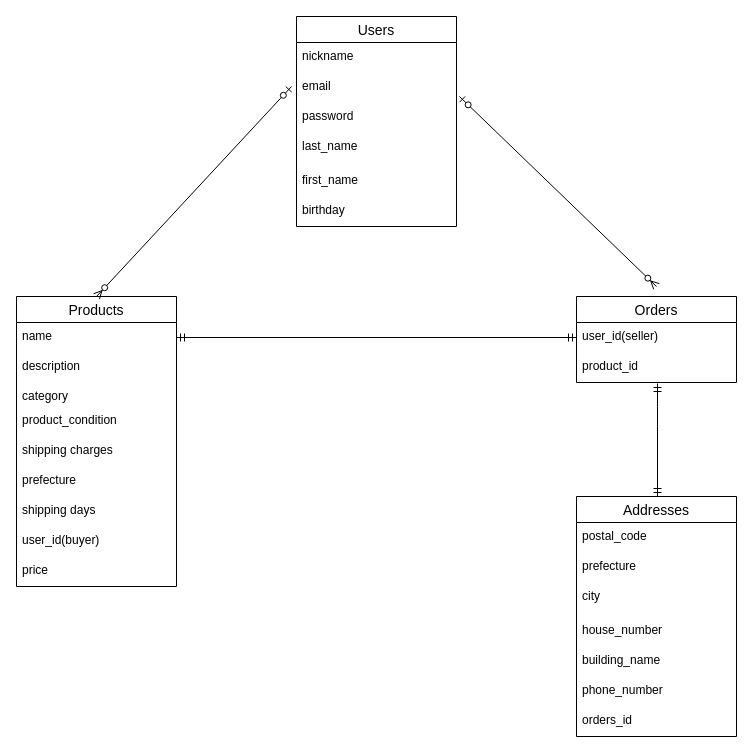
Fuka-Aki/furima-32511 keeps this draw.io diagram as furima.dio. Above is the earlier version. Source tidied: cells renumbered, new cells numbered last; positions are measured from the earlier drawing's top-left corner, leaving out a move shared by most shapes. Both pictures are drawn from the tidied source at 100%, with x=0, y=0 at pixel (16, 16).
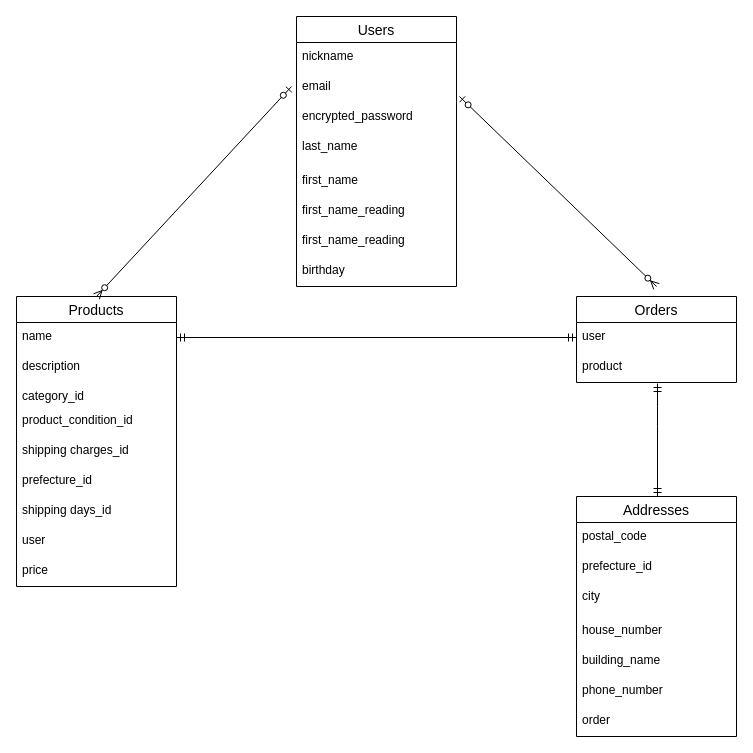
Above is the later version.

Commit message:
ER図の記述修正

Unchanged cells that the change refers to:
```xml
<mxCell id="9" value="Products" style="swimlane;fontStyle=0;horizontal=1;startSize=26;align=center;fontSize=14;" parent="1" vertex="1">
  <mxGeometry y="280" width="160" height="290" as="geometry" />
</mxCell>
<mxCell id="19" value="Addresses" style="swimlane;fontStyle=0;horizontal=1;startSize=26;align=center;fontSize=14;" parent="1" vertex="1">
  <mxGeometry x="560" y="480" width="160" height="240" as="geometry" />
</mxCell>
<mxCell id="27" value="Orders" style="swimlane;fontStyle=0;horizontal=1;startSize=26;align=center;fontSize=14;" parent="1" vertex="1">
  <mxGeometry x="560" y="280" width="160" height="86" as="geometry" />
</mxCell>
```

The edit, as a diff of the source:
```diff
@@
     <mxCell id="2" value="Users" style="swimlane;fontStyle=0;horizontal=1;startSize=26;align=center;fontSize=14;" parent="1" vertex="1">
-      <mxGeometry x="280" width="160" height="210" as="geometry" />
+      <mxGeometry x="280" width="160" height="270" as="geometry" />
     </mxCell>
@@
-    <mxCell id="5" value="password" style="text;strokeColor=none;fillColor=none;spacingLeft=4;spacingRight=4;overflow=hidden;fontSize=12;" parent="2" vertex="1">
+    <mxCell id="5" value="encrypted_password" style="text;strokeColor=none;fillColor=none;spacingLeft=4;spacingRight=4;overflow=hidden;fontSize=12;" parent="2" vertex="1">
       <mxGeometry y="86" width="160" height="30" as="geometry" />
     </mxCell>
@@
+    <mxCell id="34" value="first_name_reading" style="text;strokeColor=none;fillColor=none;spacingLeft=4;spacingRight=4;overflow=hidden;fontSize=12;" parent="2" vertex="1">
+      <mxGeometry y="180" width="160" height="30" as="geometry" />
+    </mxCell>
+    <mxCell id="35" value="first_name_reading" style="text;strokeColor=none;fillColor=none;spacingLeft=4;spacingRight=4;overflow=hidden;fontSize=12;" parent="2" vertex="1">
+      <mxGeometry y="210" width="160" height="30" as="geometry" />
+    </mxCell>
     <mxCell id="8" value="birthday" style="text;strokeColor=none;fillColor=none;spacingLeft=4;spacingRight=4;overflow=hidden;fontSize=12;" parent="2" vertex="1">
-      <mxGeometry y="180" width="160" height="30" as="geometry" />
+      <mxGeometry y="240" width="160" height="30" as="geometry" />
     </mxCell>
@@
-    <mxCell id="12" value="category" style="text;strokeColor=none;fillColor=none;spacingLeft=4;spacingRight=4;overflow=hidden;fontSize=12;" parent="9" vertex="1">
+    <mxCell id="12" value="category_id " style="text;strokeColor=none;fillColor=none;spacingLeft=4;spacingRight=4;overflow=hidden;fontSize=12;" parent="9" vertex="1">
       <mxGeometry y="86" width="160" height="24" as="geometry" />
     </mxCell>
-    <mxCell id="13" value="product_condition" style="text;strokeColor=none;fillColor=none;spacingLeft=4;spacingRight=4;overflow=hidden;fontSize=12;" parent="9" vertex="1">
+    <mxCell id="13" value="product_condition_id" style="text;strokeColor=none;fillColor=none;spacingLeft=4;spacingRight=4;overflow=hidden;fontSize=12;" parent="9" vertex="1">
       <mxGeometry y="110" width="160" height="30" as="geometry" />
     </mxCell>
-    <mxCell id="14" value="shipping charges" style="text;strokeColor=none;fillColor=none;spacingLeft=4;spacingRight=4;overflow=hidden;fontSize=12;" parent="9" vertex="1">
+    <mxCell id="14" value="shipping charges_id" style="text;strokeColor=none;fillColor=none;spacingLeft=4;spacingRight=4;overflow=hidden;fontSize=12;" parent="9" vertex="1">
       <mxGeometry y="140" width="160" height="30" as="geometry" />
     </mxCell>
-    <mxCell id="15" value="prefecture" style="text;strokeColor=none;fillColor=none;spacingLeft=4;spacingRight=4;overflow=hidden;fontSize=12;" parent="9" vertex="1">
+    <mxCell id="15" value="prefecture_id" style="text;strokeColor=none;fillColor=none;spacingLeft=4;spacingRight=4;overflow=hidden;fontSize=12;" parent="9" vertex="1">
       <mxGeometry y="170" width="160" height="30" as="geometry" />
     </mxCell>
-    <mxCell id="16" value="shipping days" style="text;strokeColor=none;fillColor=none;spacingLeft=4;spacingRight=4;overflow=hidden;fontSize=12;" parent="9" vertex="1">
+    <mxCell id="16" value="shipping days_id" style="text;strokeColor=none;fillColor=none;spacingLeft=4;spacingRight=4;overflow=hidden;fontSize=12;" parent="9" vertex="1">
       <mxGeometry y="200" width="160" height="30" as="geometry" />
     </mxCell>
-    <mxCell id="17" value="user_id(buyer)" style="text;strokeColor=none;fillColor=none;spacingLeft=4;spacingRight=4;overflow=hidden;fontSize=12;" parent="9" vertex="1">
+    <mxCell id="17" value="user" style="text;strokeColor=none;fillColor=none;spacingLeft=4;spacingRight=4;overflow=hidden;fontSize=12;" parent="9" vertex="1">
       <mxGeometry y="230" width="160" height="30" as="geometry" />
     </mxCell>
@@
-    <mxCell id="21" value="prefecture" style="text;strokeColor=none;fillColor=none;spacingLeft=4;spacingRight=4;overflow=hidden;fontSize=12;" parent="19" vertex="1">
+    <mxCell id="21" value="prefecture_id" style="text;strokeColor=none;fillColor=none;spacingLeft=4;spacingRight=4;overflow=hidden;fontSize=12;" parent="19" vertex="1">
       <mxGeometry y="56" width="160" height="30" as="geometry" />
     </mxCell>
@@
-    <mxCell id="26" value="orders_id" style="text;strokeColor=none;fillColor=none;spacingLeft=4;spacingRight=4;overflow=hidden;fontSize=12;" parent="19" vertex="1">
+    <mxCell id="26" value="order" style="text;strokeColor=none;fillColor=none;spacingLeft=4;spacingRight=4;overflow=hidden;fontSize=12;" parent="19" vertex="1">
       <mxGeometry y="210" width="160" height="30" as="geometry" />
     </mxCell>
@@
-    <mxCell id="28" value="user_id(seller)" style="text;strokeColor=none;fillColor=none;spacingLeft=4;spacingRight=4;overflow=hidden;points=[[0,0.5],[1,0.5]];portConstraint=eastwest;fontSize=12;" parent="27" vertex="1">
+    <mxCell id="28" value="user" style="text;strokeColor=none;fillColor=none;spacingLeft=4;spacingRight=4;overflow=hidden;points=[[0,0.5],[1,0.5]];portConstraint=eastwest;fontSize=12;" parent="27" vertex="1">
       <mxGeometry y="26" width="160" height="30" as="geometry" />
     </mxCell>
-    <mxCell id="29" value="product_id" style="text;strokeColor=none;fillColor=none;spacingLeft=4;spacingRight=4;overflow=hidden;fontSize=12;" parent="27" vertex="1">
+    <mxCell id="29" value="product" style="text;strokeColor=none;fillColor=none;spacingLeft=4;spacingRight=4;overflow=hidden;fontSize=12;" parent="27" vertex="1">
       <mxGeometry y="56" width="160" height="30" as="geometry" />
     </mxCell>
```
